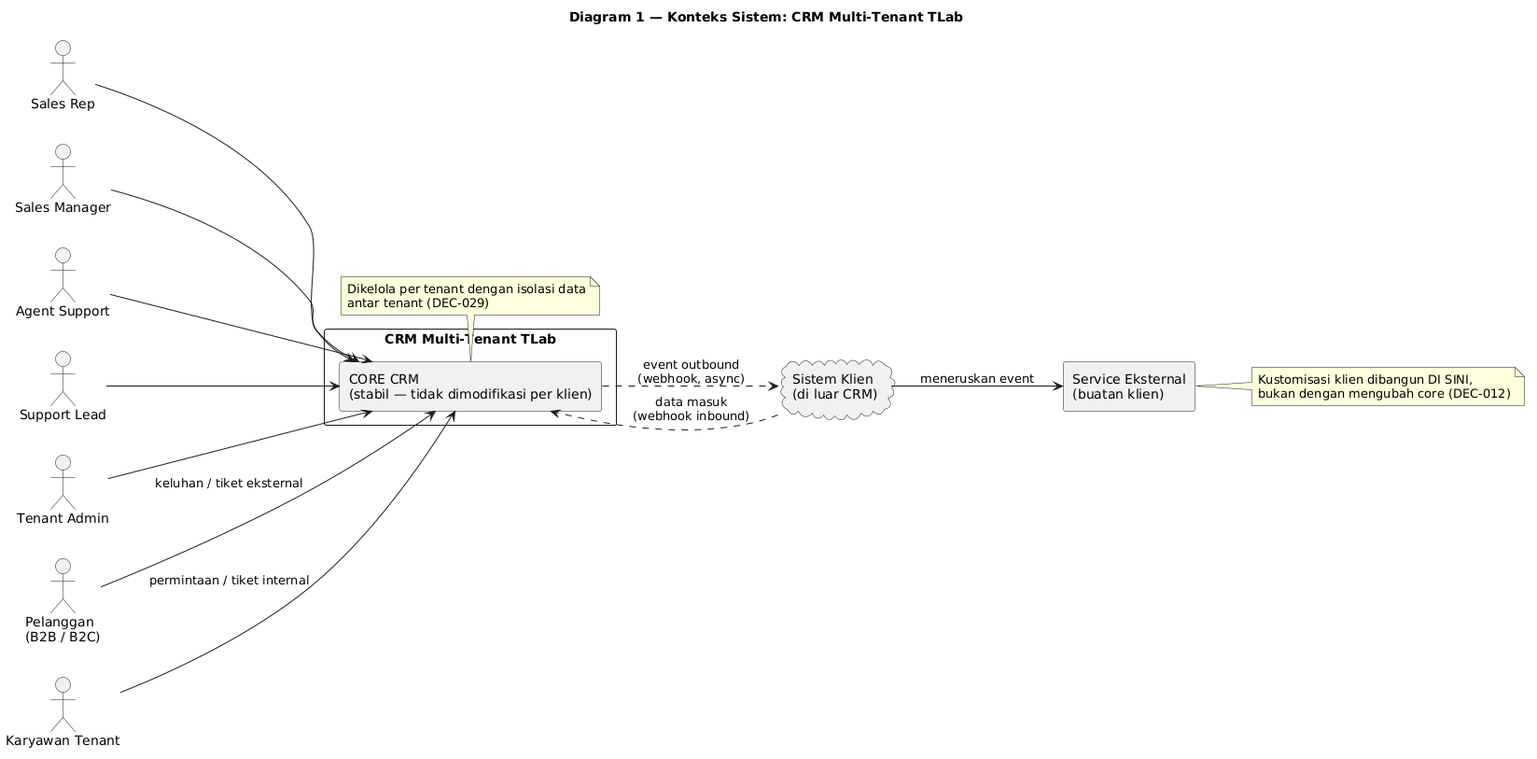
Earlier version of the PlantUML export knowledge/projects/bootcamp-crm/requirements/brd/diagrams/01-konteks-sistem.png (yudha-tlab/ai-os-knowledge). Its diagram source:
```plantuml
@startuml
title Diagram 1 — Konteks Sistem: CRM Multi-Tenant TLab

skinparam shadowing false
skinparam componentStyle rectangle
left to right direction

actor "Sales Rep" as SR
actor "Sales Manager" as SM
actor "Agent Support" as AS
actor "Support Lead" as SL
actor "Tenant Admin" as TA
actor "Pelanggan\n(B2B / B2C)" as CUST
actor "Karyawan Tenant" as EMP

rectangle "CRM Multi-Tenant TLab" as CRMBOUND {
  component "CORE CRM\n(stabil — tidak dimodifikasi per klien)" as CORE
}

cloud "Sistem Klien\n(di luar CRM)" as EXT
component "Service Eksternal\n(buatan klien)" as SVC

SR --> CORE
SM --> CORE
AS --> CORE
SL --> CORE
TA --> CORE
EMP --> CORE : permintaan / tiket internal
CUST --> CORE : keluhan / tiket eksternal

CORE ..> EXT : event outbound\n(webhook, async)
EXT ..> CORE : data masuk\n(webhook inbound)
EXT --> SVC : meneruskan event
note right of SVC
  Kustomisasi klien dibangun DI SINI,
  bukan dengan mengubah core (DEC-012)
end note

note bottom of CORE
  Dikelola per tenant dengan isolasi data
  antar tenant (DEC-029)
end note
@enduml
```
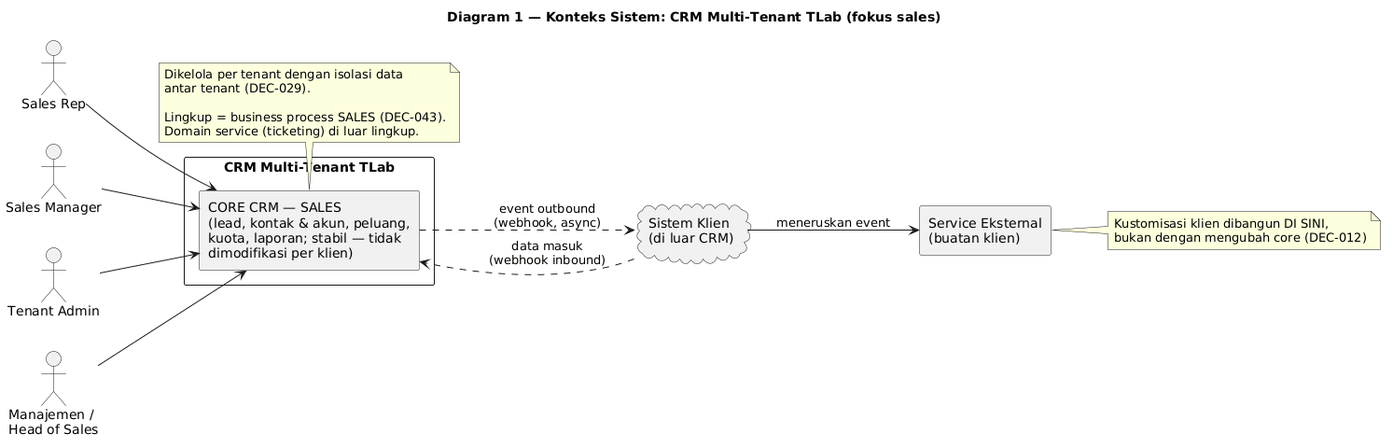
Above is the later version.

Diff of the diagram source:
```diff
@@ -1,5 +1,5 @@
 @startuml
-title Diagram 1 — Konteks Sistem: CRM Multi-Tenant TLab
+title Diagram 1 — Konteks Sistem: CRM Multi-Tenant TLab (fokus sales)
 
 skinparam shadowing false
 skinparam componentStyle rectangle
@@ -7,14 +7,11 @@
 
 actor "Sales Rep" as SR
 actor "Sales Manager" as SM
-actor "Agent Support" as AS
-actor "Support Lead" as SL
 actor "Tenant Admin" as TA
-actor "Pelanggan\n(B2B / B2C)" as CUST
-actor "Karyawan Tenant" as EMP
+actor "Manajemen /\nHead of Sales" as MG
 
 rectangle "CRM Multi-Tenant TLab" as CRMBOUND {
-  component "CORE CRM\n(stabil — tidak dimodifikasi per klien)" as CORE
+  component "CORE CRM — SALES\n(lead, kontak & akun, peluang,\nkuota, laporan; stabil — tidak\ndimodifikasi per klien)" as CORE
 }
 
 cloud "Sistem Klien\n(di luar CRM)" as EXT
@@ -22,11 +19,8 @@
 
 SR --> CORE
 SM --> CORE
-AS --> CORE
-SL --> CORE
 TA --> CORE
-EMP --> CORE : permintaan / tiket internal
-CUST --> CORE : keluhan / tiket eksternal
+MG --> CORE
 
 CORE ..> EXT : event outbound\n(webhook, async)
 EXT ..> CORE : data masuk\n(webhook inbound)
@@ -38,6 +32,9 @@
 
 note bottom of CORE
   Dikelola per tenant dengan isolasi data
-  antar tenant (DEC-029)
+  antar tenant (DEC-029).
+
+  Lingkup = business process SALES (DEC-043).
+  Domain service (ticketing) di luar lingkup.
 end note
 @enduml
```
